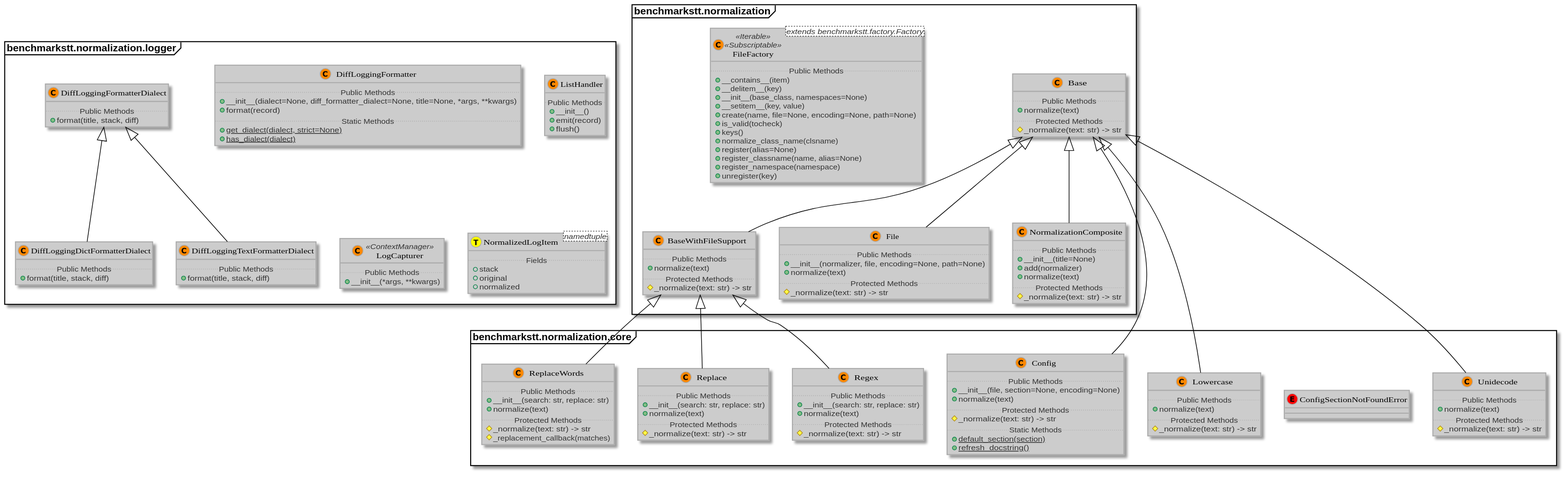
This is docs/_static/uml/benchmarkstt.normalization.svg from ebu/benchmarkstt, a PlantUML export, as it was before one commit.
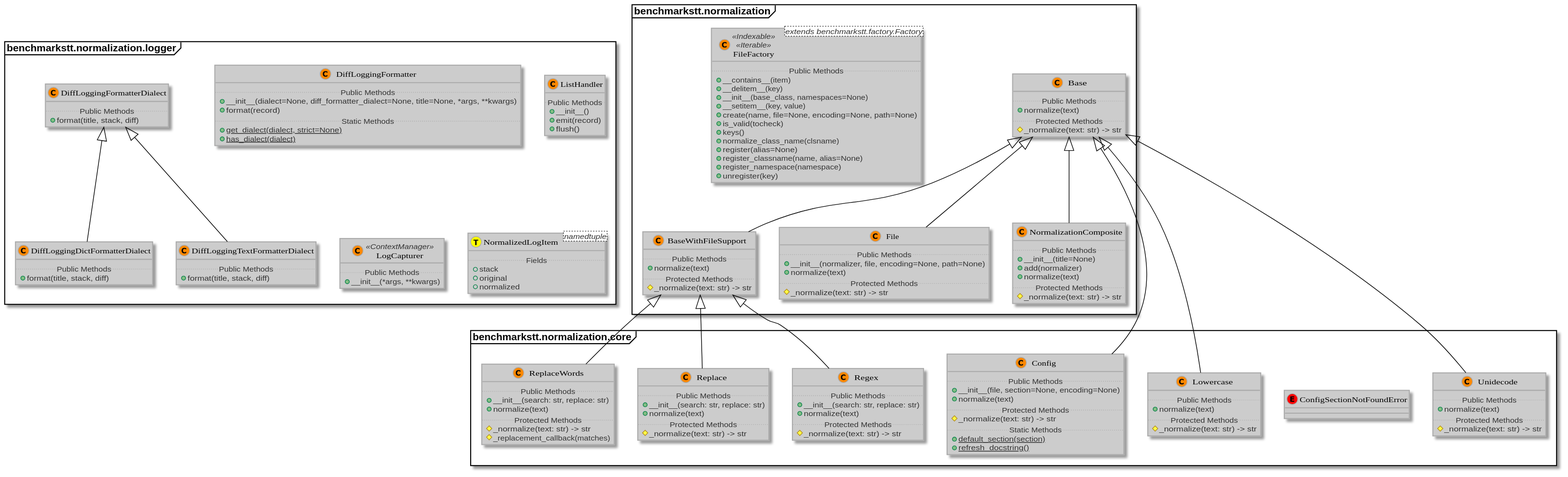
The same file after the commit.

Change to the diagram source:
```diff
@@ -27,7 +27,7 @@
 		#_normalize(text: str) -> str
 	}
 
-	class benchmarkstt.normalization.FileFactory<extends benchmarkstt.factory.Factory> << Iterable >> << Subscriptable >>  [[https://benchmarkstt.readthedocs.io/en/latest/modules/benchmarkstt.normalization.html#benchmarkstt.normalization.FileFactory]] {
+	class benchmarkstt.normalization.FileFactory<extends benchmarkstt.factory.Factory> << Indexable >> << Iterable >>  [[https://benchmarkstt.readthedocs.io/en/latest/modules/benchmarkstt.normalization.html#benchmarkstt.normalization.FileFactory]] {
 		.. Public Methods ..
 		+__contains__(item)
 		+__delitem__(key)
```
